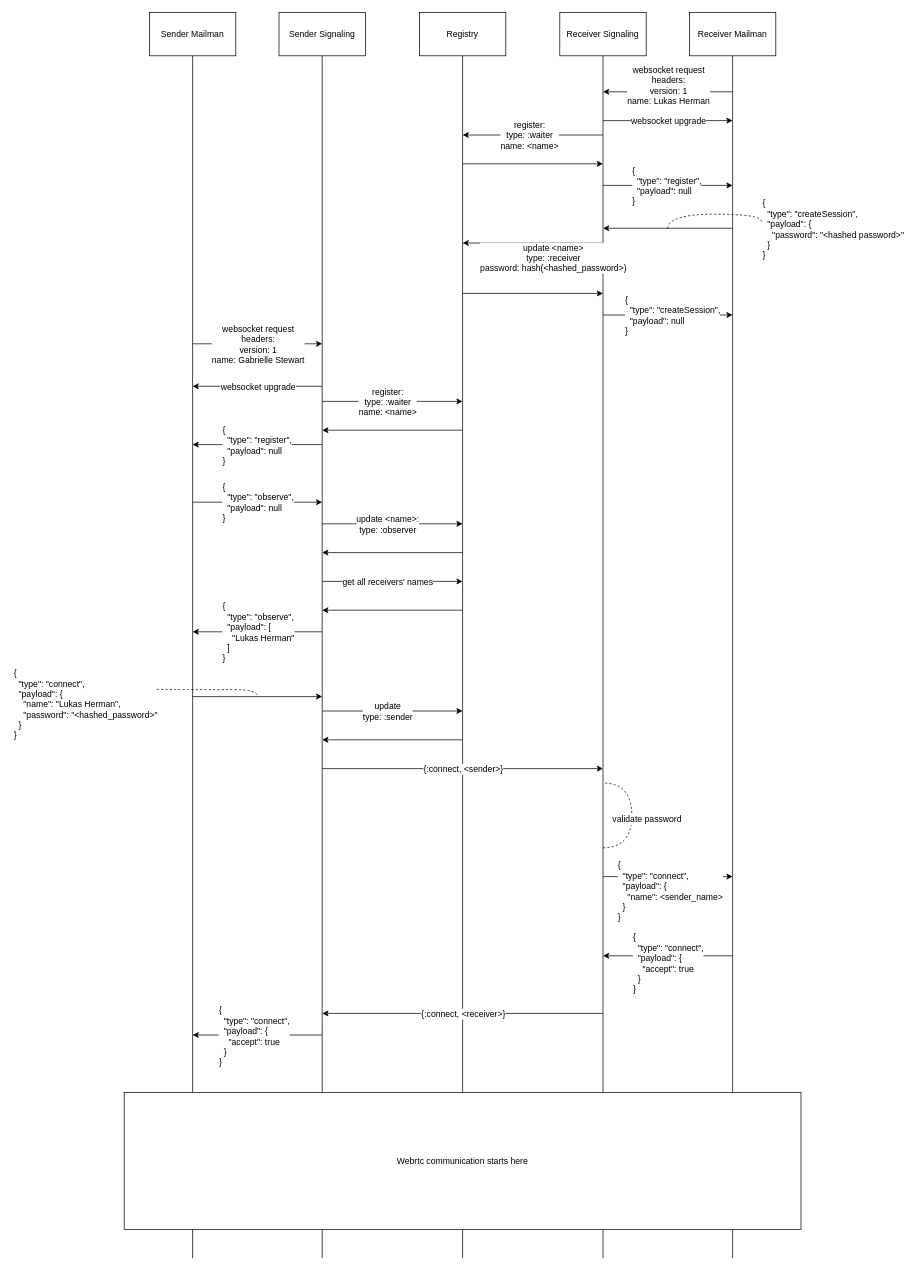
Above: designs/pre-webrtc.drawio in lherman-cs/mailman (draw.io), before the change. Source tidied: cells renumbered, new cells numbered last; positions are measured from the earlier drawing's top-left corner, leaving out a move shared by most shapes. Both pictures are drawn from the tidied source at 72%, with x=0, y=0 at pixel (124, 12).
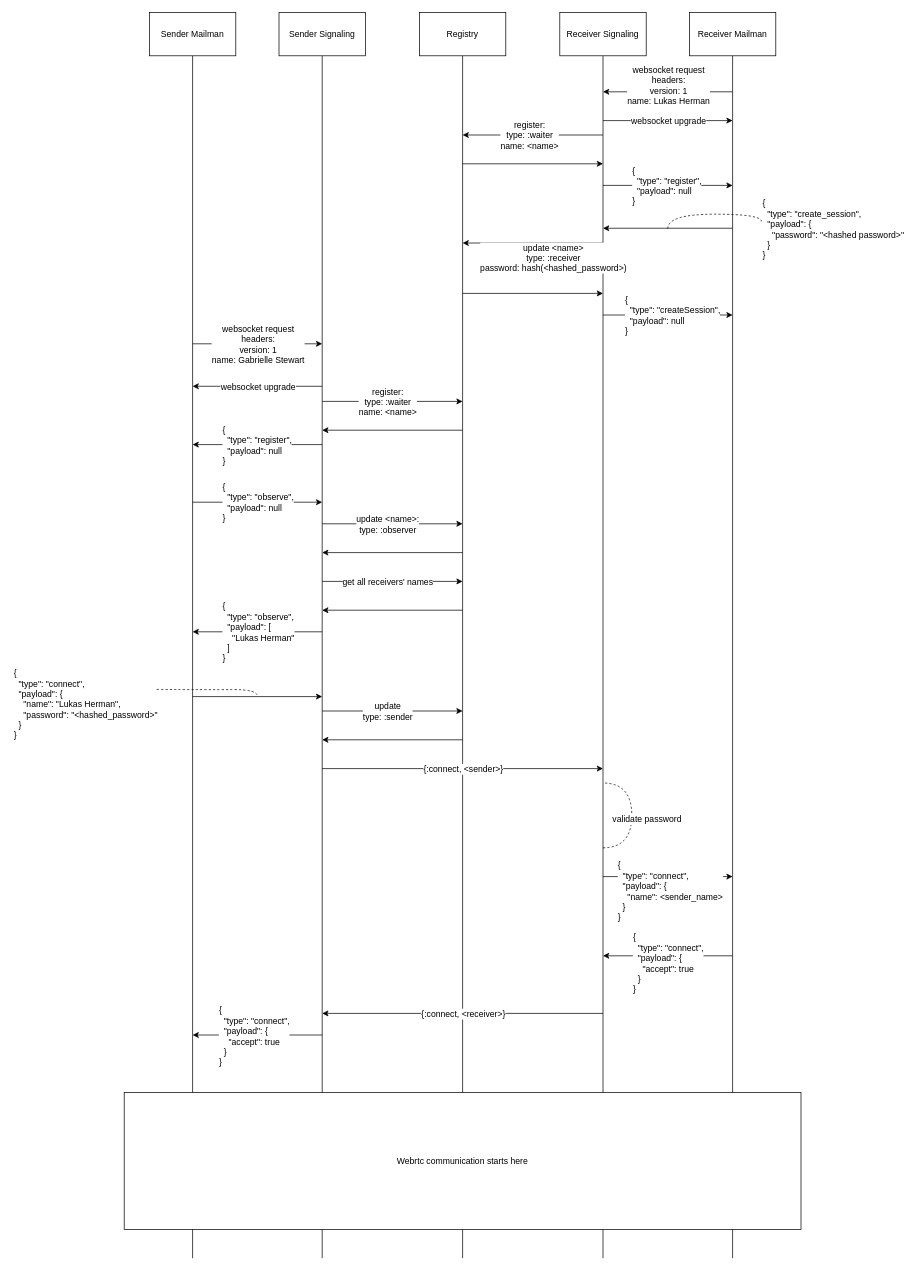
The same diagram, later.

The change refers to these unchanged cells:
```xml
<mxCell id="21" style="endArrow=classic;html=1;" parent="1" edge="1">
  <mxGeometry relative="1" as="geometry">
    <mxPoint x="845" y="299.5" as="sourcePoint" />
    <mxPoint x="665" y="299.5" as="targetPoint" />
  </mxGeometry>
</mxCell>
```

Change to the diagram source:
```diff
@@
-    <mxCell id="22" value="{&lt;br&gt;&amp;nbsp; &quot;type&quot;: &quot;createSession&quot;,&lt;br&gt;&amp;nbsp; &quot;payload&quot;: {&lt;br&gt;&amp;nbsp; &amp;nbsp; &quot;password&quot;: &quot;&amp;lt;hashed password&amp;gt;&quot;&lt;br&gt;&amp;nbsp; }&lt;br&gt;}" style="text;html=1;align=left;verticalAlign=middle;labelBackgroundColor=#ffffff;" parent="21" vertex="1">
+    <mxCell id="22" value="{&lt;br&gt;&amp;nbsp; &quot;type&quot;: &quot;create_session&quot;,&lt;br&gt;&amp;nbsp; &quot;payload&quot;: {&lt;br&gt;&amp;nbsp; &amp;nbsp; &quot;password&quot;: &quot;&amp;lt;hashed password&amp;gt;&quot;&lt;br&gt;&amp;nbsp; }&lt;br&gt;}" style="text;html=1;align=left;verticalAlign=middle;labelBackgroundColor=#ffffff;" parent="21" vertex="1">
       <mxGeometry x="-0.19" relative="1" as="geometry">
         <mxPoint x="113" y="0.5" as="offset" />
       </mxGeometry>
     </mxCell>
```
